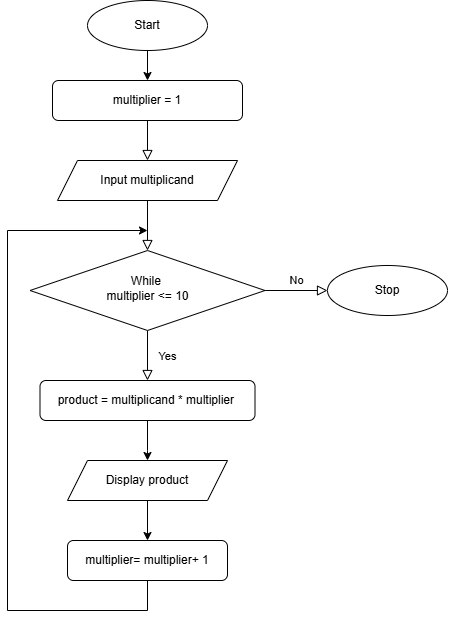
Before: images/Q3.drawio.png, a diagram exported from draw.io (jayani-athukorala/algorithm-flowchart-workshop). Source tidied: cells renumbered, new cells last; positions are measured from the earlier drawing's top-left corner, leaving out a move shared by most shapes. Its diagram source:
```xml
<mxGraphModel>
  <root>
    <mxCell id="0" />
    <mxCell id="1" parent="0" />
    <mxCell id="2" style="rounded=0;html=1;jettySize=auto;fontSize=11;endArrow=block;endFill=0;endSize=8;strokeWidth=1;shadow=0;labelBackgroundColor=none;edgeStyle=orthogonalEdgeStyle;" parent="1" edge="1" source="15" target="6">
      <mxGeometry relative="1" as="geometry" />
    </mxCell>
    <mxCell id="3" value="multiplier = 1" style="rounded=1;whiteSpace=wrap;html=1;fontSize=12;glass=0;strokeWidth=1;shadow=0;" parent="1" vertex="1">
      <mxGeometry x="45" y="80" width="190" height="40" as="geometry" />
    </mxCell>
    <mxCell id="4" value="Yes" style="rounded=0;html=1;jettySize=auto;fontSize=11;endArrow=block;endFill=0;endSize=8;strokeWidth=1;shadow=0;labelBackgroundColor=none;edgeStyle=orthogonalEdgeStyle;" parent="1" edge="1" source="6">
      <mxGeometry y="20" relative="1" as="geometry">
        <mxPoint x="140" y="380" as="targetPoint" />
      </mxGeometry>
    </mxCell>
    <mxCell id="5" value="No" style="edgeStyle=orthogonalEdgeStyle;rounded=0;html=1;jettySize=auto;fontSize=11;endArrow=block;endFill=0;endSize=8;strokeWidth=1;shadow=0;labelBackgroundColor=none;" parent="1" edge="1" source="6">
      <mxGeometry y="10" relative="1" as="geometry">
        <mxPoint x="320" y="290" as="targetPoint" />
      </mxGeometry>
    </mxCell>
    <mxCell id="6" value="While&amp;nbsp;&lt;div&gt;multiplier &amp;lt;= 10&lt;/div&gt;" style="rhombus;whiteSpace=wrap;html=1;shadow=0;fontFamily=Helvetica;fontSize=12;align=center;strokeWidth=1;spacing=6;spacingTop=-4;" parent="1" vertex="1">
      <mxGeometry x="22.5" y="250" width="235" height="80" as="geometry" />
    </mxCell>
    <mxCell id="7" style="edgeStyle=orthogonalEdgeStyle;rounded=0;jettySize=auto;html=1;" parent="1" edge="1" source="8">
      <mxGeometry relative="1" as="geometry">
        <mxPoint x="140" y="460" as="targetPoint" />
        <Array as="points">
          <mxPoint x="140" y="450" />
          <mxPoint x="140" y="450" />
        </Array>
      </mxGeometry>
    </mxCell>
    <mxCell id="8" value="product = multiplicand * multiplier&amp;nbsp;" style="rounded=1;whiteSpace=wrap;html=1;fontSize=12;glass=0;strokeWidth=1;shadow=0;" parent="1" vertex="1">
      <mxGeometry x="32.5" y="380" width="215" height="40" as="geometry" />
    </mxCell>
    <mxCell id="9" style="edgeStyle=orthogonalEdgeStyle;rounded=0;jettySize=auto;html=1;" parent="1" edge="1" source="10" target="3">
      <mxGeometry relative="1" as="geometry" />
    </mxCell>
    <mxCell id="10" value="Start" style="ellipse;whiteSpace=wrap;html=1;" parent="1" vertex="1">
      <mxGeometry x="80" width="120" height="50" as="geometry" />
    </mxCell>
    <mxCell id="11" value="multiplier= multiplier+ 1" style="rounded=1;whiteSpace=wrap;html=1;fontSize=12;glass=0;strokeWidth=1;shadow=0;" parent="1" vertex="1">
      <mxGeometry x="60" y="540" width="160" height="40" as="geometry" />
    </mxCell>
    <mxCell id="12" value="Stop" style="ellipse;whiteSpace=wrap;html=1;" parent="1" vertex="1">
      <mxGeometry x="320" y="265" width="120" height="50" as="geometry" />
    </mxCell>
    <mxCell id="13" style="endArrow=classic;html=1;rounded=0;exitX=0.5;exitY=1;exitDx=0;exitDy=0;" parent="1" edge="1" source="11">
      <mxGeometry relative="1" as="geometry">
        <mxPoint x="140" y="230" as="targetPoint" />
        <Array as="points">
          <mxPoint x="140" y="610" />
          <mxPoint y="610" />
          <mxPoint y="230" />
        </Array>
      </mxGeometry>
    </mxCell>
    <mxCell id="14" style="rounded=0;html=1;jettySize=auto;fontSize=11;endArrow=block;endFill=0;endSize=8;strokeWidth=1;shadow=0;labelBackgroundColor=none;edgeStyle=orthogonalEdgeStyle;" parent="1" edge="1" source="3" target="15">
      <mxGeometry relative="1" as="geometry" />
    </mxCell>
    <mxCell id="15" value="Input multiplicand" style="shape=parallelogram;perimeter=parallelogramPerimeter;whiteSpace=wrap;html=1;fixedSize=1;" parent="1" vertex="1">
      <mxGeometry x="50" y="160" width="180" height="40" as="geometry" />
    </mxCell>
    <mxCell id="16" style="edgeStyle=orthogonalEdgeStyle;rounded=0;jettySize=auto;html=1;" parent="1" edge="1" source="17" target="11">
      <mxGeometry relative="1" as="geometry" />
    </mxCell>
    <mxCell id="17" value="Display product" style="shape=parallelogram;perimeter=parallelogramPerimeter;whiteSpace=wrap;html=1;fixedSize=1;" parent="1" vertex="1">
      <mxGeometry x="60" y="460" width="160" height="40" as="geometry" />
    </mxCell>
  </root>
</mxGraphModel>
```
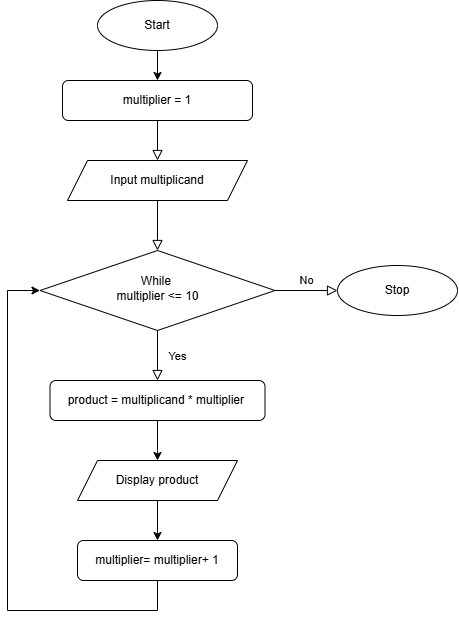
The same file after the commit.

Change to the diagram source:
```diff
@@ -45,13 +45,12 @@
     <mxCell id="12" value="Stop" style="ellipse;whiteSpace=wrap;html=1;" parent="1" vertex="1">
       <mxGeometry x="320" y="265" width="120" height="50" as="geometry" />
     </mxCell>
-    <mxCell id="13" style="endArrow=classic;html=1;rounded=0;exitX=0.5;exitY=1;exitDx=0;exitDy=0;" parent="1" edge="1" source="11">
+    <mxCell id="13" style="endArrow=classic;html=1;rounded=0;exitX=0.5;exitY=1;exitDx=0;exitDy=0;entryX=0;entryY=0.5;entryDx=0;entryDy=0;" parent="1" edge="1" source="11" target="6">
       <mxGeometry relative="1" as="geometry">
-        <mxPoint x="140" y="230" as="targetPoint" />
         <Array as="points">
           <mxPoint x="140" y="610" />
-          <mxPoint y="610" />
-          <mxPoint y="230" />
+          <mxPoint x="-10" y="610" />
+          <mxPoint x="-10" y="290" />
         </Array>
       </mxGeometry>
     </mxCell>
```
